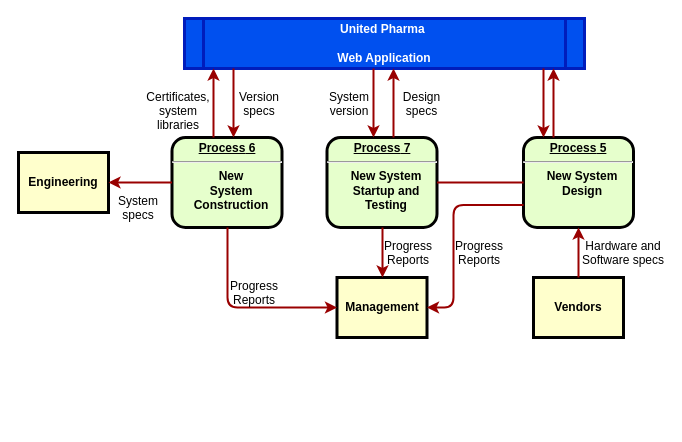
mashihimasha/UPW_Diagrams keeps this draw.io diagram as DFD_level_0.drawio. Above is the earlier version. Source tidied: cells renumbered, new cells numbered last; positions are measured from the earlier drawing's top-left corner, leaving out a move shared by most shapes. Both pictures are drawn from the tidied source at 100%, with x=0, y=0 at pixel (18, 18).
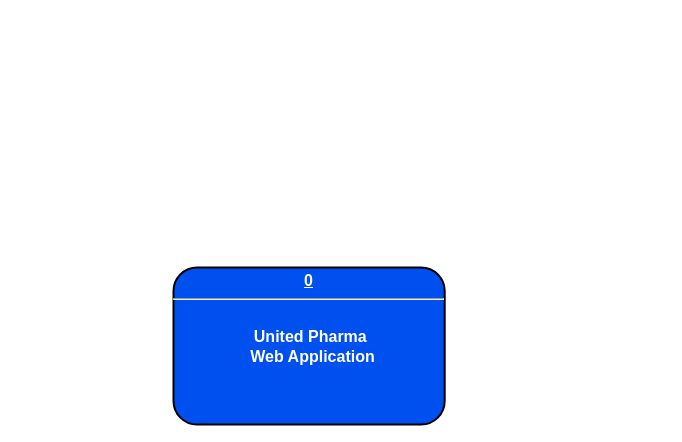
After the change.

Change to the diagram source:
```diff
@@
-    <mxCell id="2" value="United Pharma &#10;&#10;Web Application" style="shape=process;whiteSpace=wrap;align=center;verticalAlign=middle;size=0.0475;fontStyle=1;strokeWidth=3;fillColor=#0050ef;fontColor=#ffffff;strokeColor=#001DBC;" parent="1" vertex="1">
-      <mxGeometry x="166" width="400" height="50" as="geometry" />
-    </mxCell>
-    <mxCell id="3" value="&lt;p style=&quot;margin: 0px; margin-top: 4px; text-align: center; text-decoration: underline;&quot;&gt;&lt;strong&gt;&lt;strong&gt;Process&lt;/strong&gt; 5&lt;br /&gt;&lt;/strong&gt;&lt;/p&gt;&lt;hr /&gt;&lt;p style=&quot;margin: 0px; margin-left: 8px;&quot;&gt;New System&lt;/p&gt;&lt;p style=&quot;margin: 0px; margin-left: 8px;&quot;&gt;Design&lt;/p&gt;" style="verticalAlign=middle;align=center;overflow=fill;fontSize=12;fontFamily=Helvetica;html=1;rounded=1;fontStyle=1;strokeWidth=3;fillColor=#E6FFCC;" parent="1" vertex="1">
-      <mxGeometry x="505" y="119" width="110" height="90" as="geometry" />
-    </mxCell>
-    <mxCell id="4" value="&lt;p style=&quot;margin: 0px; margin-top: 4px; text-align: center; text-decoration: underline;&quot;&gt;&lt;strong&gt;&lt;strong&gt;Process&lt;/strong&gt; 6&lt;br /&gt;&lt;/strong&gt;&lt;/p&gt;&lt;hr /&gt;&lt;p style=&quot;margin: 0px; margin-left: 8px;&quot;&gt;New&lt;/p&gt;&lt;p style=&quot;margin: 0px; margin-left: 8px;&quot;&gt;System&lt;/p&gt;&lt;p style=&quot;margin: 0px; margin-left: 8px;&quot;&gt;Construction&lt;/p&gt;" style="verticalAlign=middle;align=center;overflow=fill;fontSize=12;fontFamily=Helvetica;html=1;rounded=1;fontStyle=1;strokeWidth=3;fillColor=#E6FFCC;" parent="1" vertex="1">
-      <mxGeometry x="153.5" y="119" width="110" height="90" as="geometry" />
-    </mxCell>
-    <mxCell id="5" value="Management" style="whiteSpace=wrap;align=center;verticalAlign=middle;fontStyle=1;strokeWidth=3;fillColor=#FFFFCC;" parent="1" vertex="1">
-      <mxGeometry x="318.5" y="259" width="90" height="60" as="geometry" />
-    </mxCell>
-    <mxCell id="6" value="Engineering" style="whiteSpace=wrap;align=center;verticalAlign=middle;fontStyle=1;strokeWidth=3;fillColor=#FFFFCC;" parent="1" vertex="1">
-      <mxGeometry y="134" width="90" height="60" as="geometry" />
-    </mxCell>
-    <mxCell id="7" value="Vendors" style="whiteSpace=wrap;align=center;verticalAlign=middle;fontStyle=1;strokeWidth=3;fillColor=#FFFFCC;" parent="1" vertex="1">
-      <mxGeometry x="515" y="259" width="90" height="60" as="geometry" />
-    </mxCell>
-    <mxCell id="8" value="&lt;p style=&quot;margin: 0px; margin-top: 4px; text-align: center; text-decoration: underline;&quot;&gt;&lt;strong&gt;&lt;strong&gt;Process&lt;/strong&gt; 7&lt;br /&gt;&lt;/strong&gt;&lt;/p&gt;&lt;hr /&gt;&lt;p style=&quot;margin: 0px; margin-left: 8px;&quot;&gt;New System&lt;/p&gt;&lt;p style=&quot;margin: 0px; margin-left: 8px;&quot;&gt;Startup and&lt;/p&gt;&lt;p style=&quot;margin: 0px; margin-left: 8px;&quot;&gt;Testing&lt;/p&gt;" style="verticalAlign=middle;align=center;overflow=fill;fontSize=12;fontFamily=Helvetica;html=1;rounded=1;fontStyle=1;strokeWidth=3;fillColor=#E6FFCC;" parent="1" vertex="1">
-      <mxGeometry x="308.5" y="119" width="110" height="90" as="geometry" />
-    </mxCell>
-    <mxCell id="9" style="endArrow=none;noEdgeStyle=1;strokeColor=#990000;strokeWidth=2;" parent="1" edge="1" source="3" target="8">
-      <mxGeometry relative="1" as="geometry" />
-    </mxCell>
-    <mxCell id="10" style="edgeStyle=elbowEdgeStyle;elbow=horizontal;strokeColor=#990000;strokeWidth=2;" parent="1" edge="1" source="3" target="2">
-      <mxGeometry relative="1" as="geometry">
-        <Array as="points">
-          <mxPoint x="535" y="79" />
-        </Array>
-      </mxGeometry>
-    </mxCell>
-    <mxCell id="11" style="edgeStyle=elbowEdgeStyle;elbow=horizontal;strokeColor=#990000;strokeWidth=2;" parent="1" edge="1" source="2" target="3">
-      <mxGeometry relative="1" as="geometry">
-        <Array as="points">
-          <mxPoint x="525" y="89" />
-        </Array>
-      </mxGeometry>
-    </mxCell>
-    <mxCell id="12" style="edgeStyle=elbowEdgeStyle;elbow=horizontal;strokeColor=#990000;strokeWidth=2;" parent="1" edge="1" source="7" target="3">
-      <mxGeometry relative="1" as="geometry" />
-    </mxCell>
-    <mxCell id="13" value="Hardware and&#10;Software specs" style="text;spacingTop=-5;align=center;" parent="1" vertex="1">
-      <mxGeometry x="590" y="219" width="30" height="20" as="geometry" />
-    </mxCell>
-    <mxCell id="14" style="edgeStyle=elbowEdgeStyle;elbow=horizontal;exitX=0;exitY=0.75;strokeColor=#990000;strokeWidth=2;" parent="1" edge="1" source="3" target="5">
-      <mxGeometry relative="1" as="geometry">
-        <Array as="points">
-          <mxPoint x="435" y="239" />
-        </Array>
-      </mxGeometry>
-    </mxCell>
-    <mxCell id="15" value="Progress&#10;Reports" style="text;spacingTop=-5;align=center;" parent="1" vertex="1">
-      <mxGeometry x="446" y="219" width="30" height="20" as="geometry" />
-    </mxCell>
-    <mxCell id="16" style="edgeStyle=elbowEdgeStyle;elbow=horizontal;strokeColor=#990000;strokeWidth=2;" parent="1" edge="1" source="8" target="5">
-      <mxGeometry relative="1" as="geometry" />
-    </mxCell>
-    <mxCell id="17" value="Progress&#10;Reports" style="text;spacingTop=-5;align=center;" parent="1" vertex="1">
-      <mxGeometry x="375" y="219" width="30" height="20" as="geometry" />
-    </mxCell>
-    <mxCell id="18" style="edgeStyle=elbowEdgeStyle;elbow=horizontal;strokeColor=#990000;strokeWidth=2;" parent="1" edge="1" source="4" target="5">
-      <mxGeometry relative="1" as="geometry">
-        <Array as="points">
-          <mxPoint x="209" y="239" />
-        </Array>
-      </mxGeometry>
-    </mxCell>
-    <mxCell id="19" value="Progress&#10;Reports" style="text;spacingTop=-5;align=center;" parent="1" vertex="1">
-      <mxGeometry x="221" y="259" width="30" height="20" as="geometry" />
-    </mxCell>
-    <mxCell id="20" style="edgeStyle=elbowEdgeStyle;elbow=vertical;strokeColor=#990000;strokeWidth=2;" parent="1" edge="1" source="4" target="6">
-      <mxGeometry relative="1" as="geometry" />
-    </mxCell>
-    <mxCell id="21" style="edgeStyle=elbowEdgeStyle;elbow=horizontal;strokeColor=#990000;strokeWidth=2;" parent="1" edge="1" source="2" target="8">
-      <mxGeometry relative="1" as="geometry">
-        <Array as="points">
-          <mxPoint x="355" y="79" />
-        </Array>
-      </mxGeometry>
-    </mxCell>
-    <mxCell id="22" style="edgeStyle=elbowEdgeStyle;elbow=horizontal;strokeColor=#990000;strokeWidth=2;" parent="1" edge="1" source="8" target="2">
-      <mxGeometry relative="1" as="geometry">
-        <Array as="points">
-          <mxPoint x="375" y="79" />
-        </Array>
-      </mxGeometry>
-    </mxCell>
-    <mxCell id="23" value="Version&#10;specs" style="text;spacingTop=-5;align=center;" parent="1" vertex="1">
-      <mxGeometry x="226" y="70" width="30" height="20" as="geometry" />
-    </mxCell>
-    <mxCell id="24" value="Certificates,&#10;system&#10;libraries" style="text;spacingTop=-5;align=center;" parent="1" vertex="1">
-      <mxGeometry x="145" y="70" width="30" height="20" as="geometry" />
-    </mxCell>
-    <mxCell id="25" style="edgeStyle=elbowEdgeStyle;elbow=horizontal;strokeColor=#990000;strokeWidth=2;" parent="1" edge="1" source="2" target="4">
-      <mxGeometry relative="1" as="geometry">
-        <Array as="points">
-          <mxPoint x="215" y="79" />
-        </Array>
-      </mxGeometry>
-    </mxCell>
-    <mxCell id="26" style="edgeStyle=elbowEdgeStyle;elbow=horizontal;strokeColor=#990000;strokeWidth=2;" parent="1" edge="1" source="4" target="2">
-      <mxGeometry relative="1" as="geometry">
-        <Array as="points">
-          <mxPoint x="195" y="79" />
-        </Array>
-      </mxGeometry>
-    </mxCell>
-    <mxCell id="27" value="System&#10;specs" style="text;spacingTop=-5;align=center;" parent="1" vertex="1">
-      <mxGeometry x="105" y="174" width="30" height="20" as="geometry" />
-    </mxCell>
-    <mxCell id="28" value="Design&#10;specs" style="text;spacingTop=-5;align=center;" parent="1" vertex="1">
-      <mxGeometry x="388.5" y="70" width="30" height="20" as="geometry" />
-    </mxCell>
-    <mxCell id="29" value="System&#10;version" style="text;spacingTop=-5;align=center;" parent="1" vertex="1">
-      <mxGeometry x="316" y="70" width="30" height="20" as="geometry" />
-    </mxCell>
+    <mxCell id="30" value="&lt;p style=&quot;margin: 4px 0px 0px; text-align: center; text-decoration: underline; font-size: 16px;&quot;&gt;0&lt;/p&gt;&lt;hr style=&quot;font-size: 16px;&quot;&gt;&lt;p style=&quot;margin: 0px 0px 0px 8px; font-size: 16px;&quot;&gt;&lt;span style=&quot;background-color: initial;&quot;&gt;&lt;br&gt;&lt;/span&gt;&lt;/p&gt;&lt;p style=&quot;margin: 0px 0px 0px 8px; font-size: 16px;&quot;&gt;&lt;span style=&quot;background-color: initial;&quot;&gt;United Pharma&amp;nbsp;&lt;/span&gt;&lt;br&gt;&lt;/p&gt;&lt;p style=&quot;margin: 0px 0px 0px 8px; font-size: 16px;&quot;&gt;Web Application&lt;/p&gt;" style="verticalAlign=middle;align=center;overflow=fill;fontSize=16;fontFamily=Helvetica;html=1;rounded=1;fontStyle=1;strokeWidth=2;labelBackgroundColor=none;fillOpacity=100;fillColor=#0050ef;strokeColor=#000000;fontColor=#ffffff;" parent="1" vertex="1">
+      <mxGeometry x="155" y="249" width="271.2" height="157" as="geometry" />
+    </mxCell>
```
